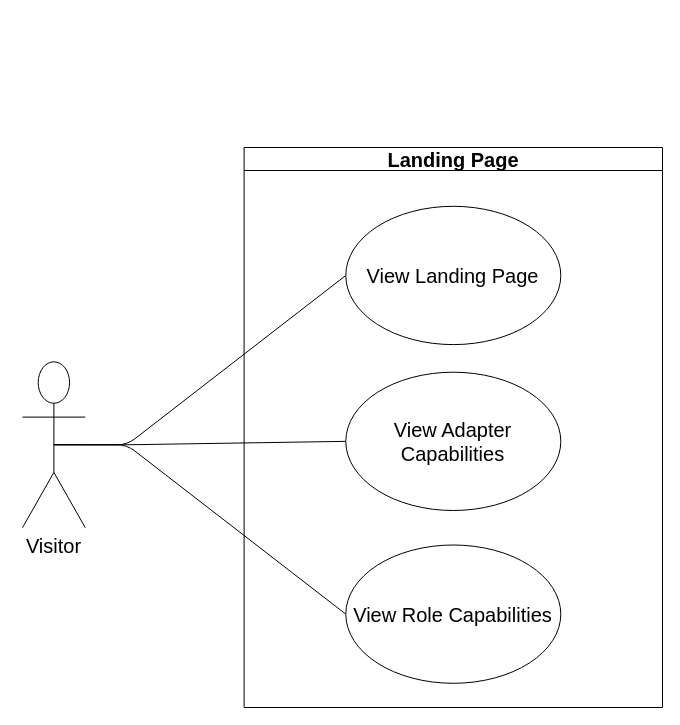
The draw.io diagram page "Landing Page" (2 of 17) of docs/diagrams/requirements/Requirements.drawio in COS301-SE-2026/UMTAS, before the edit. Source tidied: cells renumbered, new cells numbered last; positions are measured from the earlier drawing's top-left corner, leaving out a move shared by most shapes. Both pictures are drawn from the tidied source at 100%, with x=0, y=0 at pixel (22, 147).
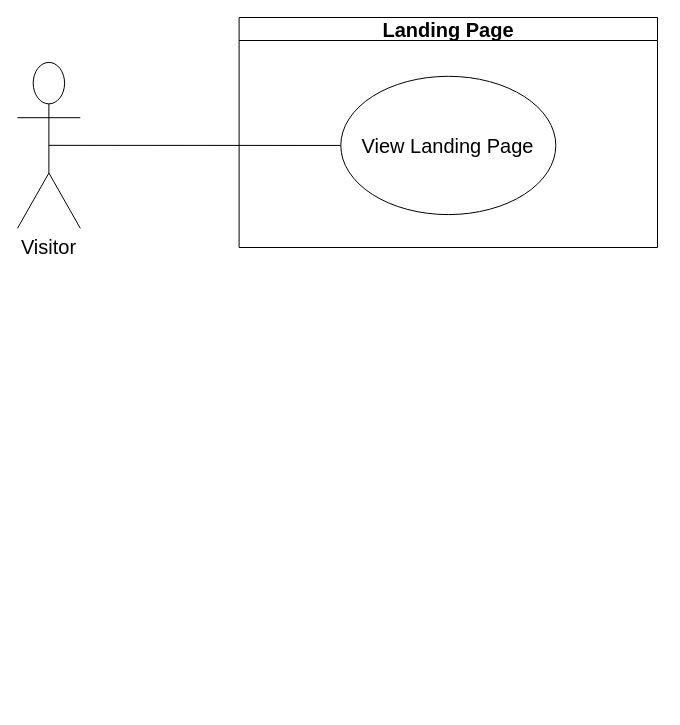
The same page after the edit.

Commit message (it also covers changes not shown here):
docs(useCases): landing page use cases

What changed in the source:
```diff
@@
 <mxGraphModel>
   <root>
     <mxCell id="0" />
     <mxCell id="1" parent="0" />
-    <mxCell id="2" style="group;" parent="1" vertex="1">
-      <mxGeometry width="640" height="560" as="geometry" />
-    </mxCell>
+    <mxCell id="11" style="group;" parent="1" vertex="1">
+      <mxGeometry x="-5" y="-130" width="640" height="230" as="geometry" />
+    </mxCell>
-    <mxCell id="3" value="&lt;font style=&quot;font-size: 20px;&quot;&gt;Visitor&lt;/font&gt;" style="shape=umlActor;verticalLabelPosition=bottom;verticalAlign=top;html=1;outlineConnect=0;" parent="2" vertex="1">
-      <mxGeometry y="214.3" width="62.8" height="165.9" as="geometry" />
+    <mxCell id="3" value="&lt;font style=&quot;font-size: 20px;&quot;&gt;Visitor&lt;/font&gt;" style="shape=umlActor;verticalLabelPosition=bottom;verticalAlign=top;html=1;outlineConnect=0;" parent="11" vertex="1">
+      <mxGeometry y="44.9" width="62.8" height="165.9" as="geometry" />
     </mxCell>
-    <mxCell id="4" value="&lt;font style=&quot;font-size: 20px;&quot;&gt;Landing Page&lt;/font&gt;" style="swimlane;whiteSpace=wrap;html=1;" parent="2" vertex="1">
-      <mxGeometry x="221.6" width="418.4" height="560" as="geometry" />
+    <mxCell id="4" value="&lt;font style=&quot;font-size: 20px;&quot;&gt;Landing Page&lt;/font&gt;" style="swimlane;whiteSpace=wrap;html=1;" parent="11" vertex="1">
+      <mxGeometry x="221.6" width="418.4" height="230" as="geometry" />
     </mxCell>
-    <mxCell id="5" style="endArrow=none;html=1;exitX=0.5;exitY=0.5;exitDx=0;exitDy=0;exitPerimeter=0;entryX=0;entryY=0.5;entryDx=0;entryDy=0;" parent="2" edge="1" source="3" target="9">
-      <mxGeometry relative="1" as="geometry">
-        <Array as="points">
-          <mxPoint x="104.6" y="297.3" />
-        </Array>
-      </mxGeometry>
+    <mxCell id="5" style="endArrow=none;html=1;exitX=0.5;exitY=0.5;exitDx=0;exitDy=0;exitPerimeter=0;entryX=0;entryY=0.5;entryDx=0;entryDy=0;" parent="11" edge="1" source="3" target="9">
+      <mxGeometry relative="1" as="geometry" />
     </mxCell>
-    <mxCell id="6" style="endArrow=none;html=1;exitX=0.5;exitY=0.5;exitDx=0;exitDy=0;exitPerimeter=0;entryX=0;entryY=0.5;entryDx=0;entryDy=0;" parent="2" edge="1" source="3" target="8">
-      <mxGeometry relative="1" as="geometry">
-        <Array as="points">
-          <mxPoint x="104.6" y="297.3" />
-        </Array>
-      </mxGeometry>
-    </mxCell>
-    <mxCell id="7" style="endArrow=none;html=1;exitX=0.5;exitY=0.5;exitDx=0;exitDy=0;exitPerimeter=0;entryX=0;entryY=0.5;entryDx=0;entryDy=0;" parent="2" edge="1" source="3" target="10">
-      <mxGeometry relative="1" as="geometry">
-        <Array as="points">
-          <mxPoint x="104.3" y="297.3" />
-        </Array>
-      </mxGeometry>
-    </mxCell>
-    <mxCell id="8" value="&lt;font style=&quot;font-size: 20px;&quot;&gt;View Adapter Capabilities&lt;/font&gt;" style="ellipse;whiteSpace=wrap;html=1;" parent="2" vertex="1">
-      <mxGeometry x="323.3" y="224.7" width="215" height="138.3" as="geometry" />
-    </mxCell>
-    <mxCell id="9" value="&lt;span style=&quot;color: rgb(0, 0, 0);&quot;&gt;&lt;font style=&quot;font-size: 20px;&quot;&gt;View Landing Page&lt;/font&gt;&lt;/span&gt;" style="ellipse;whiteSpace=wrap;html=1;" parent="2" vertex="1">
+    <mxCell id="9" value="&lt;span style=&quot;color: rgb(0, 0, 0);&quot;&gt;&lt;font style=&quot;font-size: 20px;&quot;&gt;View Landing Page&lt;/font&gt;&lt;/span&gt;" style="ellipse;whiteSpace=wrap;html=1;" parent="11" vertex="1">
       <mxGeometry x="323.3" y="58.8" width="215" height="138.3" as="geometry" />
     </mxCell>
-    <mxCell id="10" value="&lt;font style=&quot;font-size: 20px;&quot;&gt;View Role Capabilities&lt;/font&gt;" style="ellipse;whiteSpace=wrap;html=1;" parent="2" vertex="1">
-      <mxGeometry x="323.3" y="397.5" width="215" height="138.3" as="geometry" />
-    </mxCell>
   </root>
 </mxGraphModel>
```
